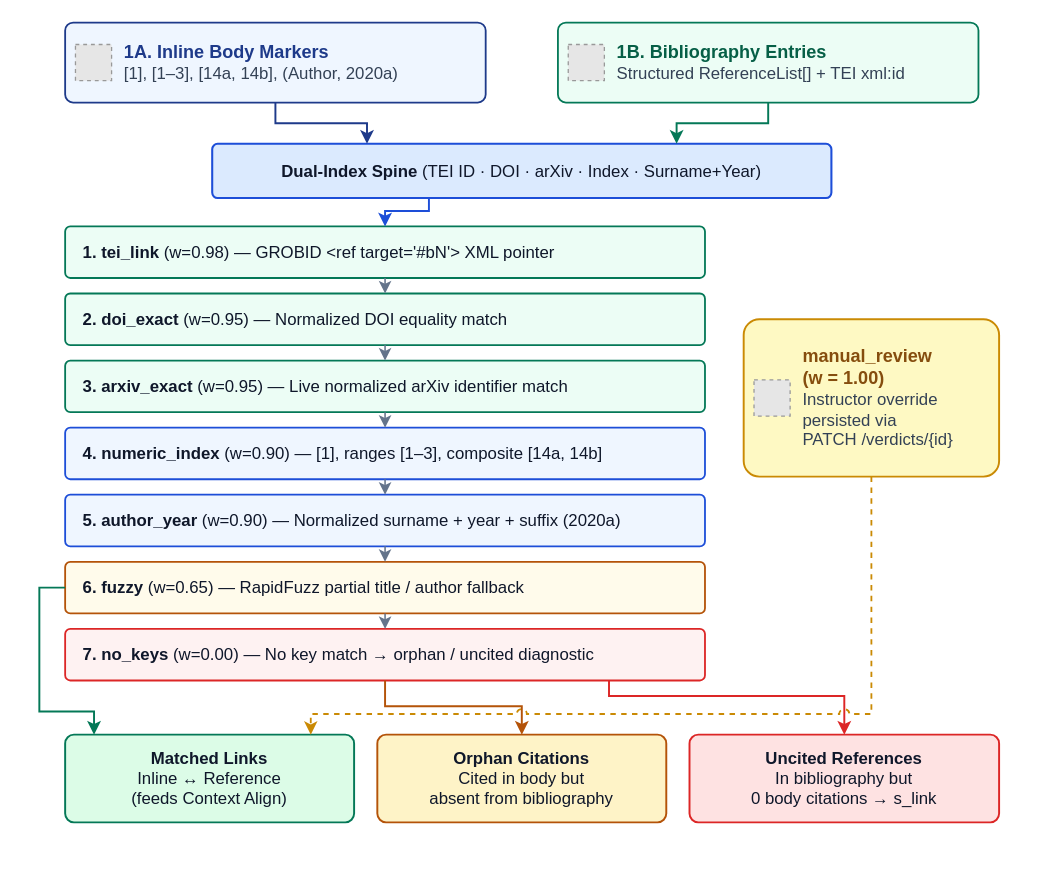
This is page "fig4_3_linking" (8 of 12) of FinalReport_TDTU/picture/figures/drawio/citra_thesis_diagrams.drawio from iannwendy/citra, a draw.io file, before an edit. Source tidied: cells renumbered, new cells numbered last; positions are measured from the earlier drawing's top-left corner, leaving out a move shared by most shapes. Both pictures are drawn from the tidied source at 129%, with x=0, y=0 at pixel (39, 22). Pictures stored in the file or linked from it are replaced by grey dashed boxes.
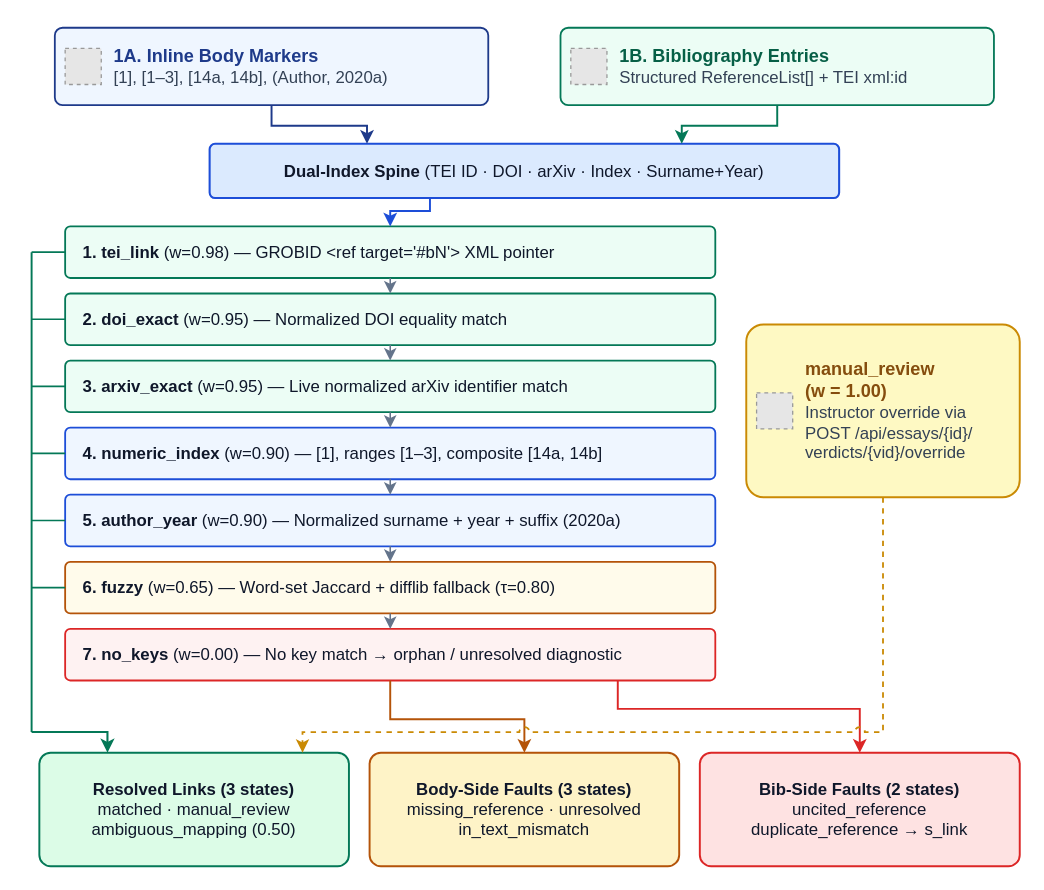
The same diagram, later.

Diff of the diagram source:
```diff
@@
     <mxCell id="2" value="&lt;b&gt;&lt;font color='#1E3A8A' style='font-size:14px'&gt;1A. Inline Body Markers&lt;/font&gt;&lt;/b&gt;&lt;br/&gt;&lt;font color='#334155' style='font-size:13px'&gt;[1], [1–3], [14a, 14b], (Author, 2020a)&lt;/font&gt;" style="rounded=1;arcSize=10;whiteSpace=wrap;html=1;fillColor=#EFF6FF;strokeColor=#1E3A8A;strokeWidth=1.4;dashed=0;fontFamily=Helvetica;fontSize=13;fontColor=#0F172A;fontStyle=0;align=left;verticalAlign=middle;spacing=4;spacingLeft=42;spacingRight=6;" parent="1" vertex="1">
-      <mxGeometry x="20" width="326" height="62" as="geometry" />
+      <mxGeometry x="12" y="4" width="336" height="60" as="geometry" />
     </mxCell>
     <mxCell id="3" style="fillColor=#E6E6E6;strokeColor=#999999;dashed=1;verticalLabelPosition=bottom;labelBackgroundColor=none;verticalAlign=top;" parent="1" vertex="1">
-      <mxGeometry x="28" y="17" width="28" height="28" as="geometry" />
+      <mxGeometry x="20" y="20" width="28" height="28" as="geometry" />
     </mxCell>
     <mxCell id="4" value="&lt;b&gt;&lt;font color='#065F46' style='font-size:14px'&gt;1B. Bibliography Entries&lt;/font&gt;&lt;/b&gt;&lt;br/&gt;&lt;font color='#334155' style='font-size:13px'&gt;Structured ReferenceList[] + TEI xml:id&lt;/font&gt;" style="rounded=1;arcSize=10;whiteSpace=wrap;html=1;fillColor=#ECFDF5;strokeColor=#047857;strokeWidth=1.4;dashed=0;fontFamily=Helvetica;fontSize=13;fontColor=#0F172A;fontStyle=0;align=left;verticalAlign=middle;spacing=4;spacingLeft=42;spacingRight=6;" parent="1" vertex="1">
-      <mxGeometry x="402" width="326" height="62" as="geometry" />
+      <mxGeometry x="404" y="4" width="336" height="60" as="geometry" />
     </mxCell>
     <mxCell id="5" style="fillColor=#E6E6E6;strokeColor=#999999;dashed=1;verticalLabelPosition=bottom;labelBackgroundColor=none;verticalAlign=top;" parent="1" vertex="1">
-      <mxGeometry x="410" y="17" width="28" height="28" as="geometry" />
+      <mxGeometry x="412" y="20" width="28" height="28" as="geometry" />
     </mxCell>
     <mxCell id="6" value="&lt;b&gt;Dual-Index Spine&lt;/b&gt; (TEI ID · DOI · arXiv · Index · Surname+Year)" style="rounded=1;arcSize=10;whiteSpace=wrap;html=1;fillColor=#DBEAFE;strokeColor=#1D4ED8;strokeWidth=1.6;dashed=0;fontFamily=Helvetica;fontSize=13;fontColor=#0F172A;fontStyle=0;align=center;verticalAlign=middle;spacing=4;" parent="1" vertex="1">
-      <mxGeometry x="134" y="94" width="480" height="42" as="geometry" />
+      <mxGeometry x="132" y="94" width="488" height="42" as="geometry" />
     </mxCell>
     <mxCell id="7" style="strokeColor=#1E3A8A;strokeWidth=1.5;dashed=0;endArrow=classic;endFill=1;startArrow=none;startFill=0;fontFamily=Helvetica;fontSize=13;fontColor=#0F172A;fontStyle=0;html=1;rounded=0;edgeStyle=orthogonalEdgeStyle;jumpStyle=arc;jumpSize=7;exitX=0.5;exitY=1;entryX=0.25;entryY=0;" parent="1" edge="1" source="2" target="6">
       <mxGeometry relative="1" as="geometry">
         <Array as="points">
-          <mxPoint x="183" y="78" />
-          <mxPoint x="254" y="78" />
+          <mxPoint x="180" y="80" />
+          <mxPoint x="254" y="80" />
         </Array>
       </mxGeometry>
     </mxCell>
     <mxCell id="8" style="strokeColor=#047857;strokeWidth=1.5;dashed=0;endArrow=classic;endFill=1;startArrow=none;startFill=0;fontFamily=Helvetica;fontSize=13;fontColor=#0F172A;fontStyle=0;html=1;rounded=0;edgeStyle=orthogonalEdgeStyle;jumpStyle=arc;jumpSize=7;exitX=0.5;exitY=1;entryX=0.75;entryY=0;" parent="1" edge="1" source="4" target="6">
       <mxGeometry relative="1" as="geometry">
         <Array as="points">
-          <mxPoint x="565" y="78" />
-          <mxPoint x="494" y="78" />
+          <mxPoint x="572" y="80" />
+          <mxPoint x="498" y="80" />
         </Array>
       </mxGeometry>
     </mxCell>
     <mxCell id="9" value="&lt;b&gt;1. tei_link&lt;/b&gt; (w=0.98)  —  GROBID &amp;lt;ref target='#bN'&amp;gt; XML pointer" style="rounded=1;arcSize=10;whiteSpace=wrap;html=1;fillColor=#ECFDF5;strokeColor=#047857;strokeWidth=1.4;dashed=0;fontFamily=Helvetica;fontSize=13;fontColor=#0F172A;fontStyle=0;align=left;verticalAlign=middle;spacing=4;spacingLeft=10;" parent="1" vertex="1">
-      <mxGeometry x="20" y="158" width="496" height="40" as="geometry" />
+      <mxGeometry x="20" y="158" width="504" height="40" as="geometry" />
     </mxCell>
     <mxCell id="10" style="strokeColor=#1D4ED8;strokeWidth=1.5;dashed=0;endArrow=classic;endFill=1;startArrow=none;startFill=0;fontFamily=Helvetica;fontSize=13;fontColor=#0F172A;fontStyle=0;html=1;rounded=0;edgeStyle=orthogonalEdgeStyle;jumpStyle=arc;jumpSize=7;exitX=0.35;exitY=1;entryX=0.5;entryY=0;" parent="1" edge="1" source="6" target="9">
       <mxGeometry relative="1" as="geometry">
         <Array as="points">
-          <mxPoint x="302" y="146" />
-          <mxPoint x="268" y="146" />
+          <mxPoint x="303" y="146" />
+          <mxPoint x="272" y="146" />
         </Array>
       </mxGeometry>
     </mxCell>
     <mxCell id="11" value="&lt;b&gt;2. doi_exact&lt;/b&gt; (w=0.95)  —  Normalized DOI equality match" style="rounded=1;arcSize=10;whiteSpace=wrap;html=1;fillColor=#ECFDF5;strokeColor=#047857;strokeWidth=1.4;dashed=0;fontFamily=Helvetica;fontSize=13;fontColor=#0F172A;fontStyle=0;align=left;verticalAlign=middle;spacing=4;spacingLeft=10;" parent="1" vertex="1">
-      <mxGeometry x="20" y="210" width="496" height="40" as="geometry" />
+      <mxGeometry x="20" y="210" width="504" height="40" as="geometry" />
     </mxCell>
@@
     <mxCell id="13" value="&lt;b&gt;3. arxiv_exact&lt;/b&gt; (w=0.95)  —  Live normalized arXiv identifier match" style="rounded=1;arcSize=10;whiteSpace=wrap;html=1;fillColor=#ECFDF5;strokeColor=#047857;strokeWidth=1.4;dashed=0;fontFamily=Helvetica;fontSize=13;fontColor=#0F172A;fontStyle=0;align=left;verticalAlign=middle;spacing=4;spacingLeft=10;" parent="1" vertex="1">
-      <mxGeometry x="20" y="262" width="496" height="40" as="geometry" />
+      <mxGeometry x="20" y="262" width="504" height="40" as="geometry" />
     </mxCell>
@@
     <mxCell id="15" value="&lt;b&gt;4. numeric_index&lt;/b&gt; (w=0.90)  —  [1], ranges [1–3], composite [14a, 14b]" style="rounded=1;arcSize=10;whiteSpace=wrap;html=1;fillColor=#EFF6FF;strokeColor=#1D4ED8;strokeWidth=1.4;dashed=0;fontFamily=Helvetica;fontSize=13;fontColor=#0F172A;fontStyle=0;align=left;verticalAlign=middle;spacing=4;spacingLeft=10;" parent="1" vertex="1">
-      <mxGeometry x="20" y="314" width="496" height="40" as="geometry" />
+      <mxGeometry x="20" y="314" width="504" height="40" as="geometry" />
     </mxCell>
@@
     <mxCell id="17" value="&lt;b&gt;5. author_year&lt;/b&gt; (w=0.90)  —  Normalized surname + year + suffix (2020a)" style="rounded=1;arcSize=10;whiteSpace=wrap;html=1;fillColor=#EFF6FF;strokeColor=#1D4ED8;strokeWidth=1.4;dashed=0;fontFamily=Helvetica;fontSize=13;fontColor=#0F172A;fontStyle=0;align=left;verticalAlign=middle;spacing=4;spacingLeft=10;" parent="1" vertex="1">
-      <mxGeometry x="20" y="366" width="496" height="40" as="geometry" />
+      <mxGeometry x="20" y="366" width="504" height="40" as="geometry" />
     </mxCell>
@@
-    <mxCell id="19" value="&lt;b&gt;6. fuzzy&lt;/b&gt; (w=0.65)  —  RapidFuzz partial title / author fallback" style="rounded=1;arcSize=10;whiteSpace=wrap;html=1;fillColor=#FFFBEB;strokeColor=#B45309;strokeWidth=1.4;dashed=0;fontFamily=Helvetica;fontSize=13;fontColor=#0F172A;fontStyle=0;align=left;verticalAlign=middle;spacing=4;spacingLeft=10;" parent="1" vertex="1">
-      <mxGeometry x="20" y="418" width="496" height="40" as="geometry" />
+    <mxCell id="19" value="&lt;b&gt;6. fuzzy&lt;/b&gt; (w=0.65)  —  Word-set Jaccard + difflib fallback (τ=0.80)" style="rounded=1;arcSize=10;whiteSpace=wrap;html=1;fillColor=#FFFBEB;strokeColor=#B45309;strokeWidth=1.4;dashed=0;fontFamily=Helvetica;fontSize=13;fontColor=#0F172A;fontStyle=0;align=left;verticalAlign=middle;spacing=4;spacingLeft=10;" parent="1" vertex="1">
+      <mxGeometry x="20" y="418" width="504" height="40" as="geometry" />
     </mxCell>
@@
-    <mxCell id="21" value="&lt;b&gt;7. no_keys&lt;/b&gt; (w=0.00)  —  No key match → orphan / uncited diagnostic" style="rounded=1;arcSize=10;whiteSpace=wrap;html=1;fillColor=#FEF2F2;strokeColor=#DC2626;strokeWidth=1.4;dashed=0;fontFamily=Helvetica;fontSize=13;fontColor=#0F172A;fontStyle=0;align=left;verticalAlign=middle;spacing=4;spacingLeft=10;" parent="1" vertex="1">
-      <mxGeometry x="20" y="470" width="496" height="40" as="geometry" />
+    <mxCell id="21" value="&lt;b&gt;7. no_keys&lt;/b&gt; (w=0.00)  —  No key match → orphan / unresolved diagnostic" style="rounded=1;arcSize=10;whiteSpace=wrap;html=1;fillColor=#FEF2F2;strokeColor=#DC2626;strokeWidth=1.4;dashed=0;fontFamily=Helvetica;fontSize=13;fontColor=#0F172A;fontStyle=0;align=left;verticalAlign=middle;spacing=4;spacingLeft=10;" parent="1" vertex="1">
+      <mxGeometry x="20" y="470" width="504" height="40" as="geometry" />
     </mxCell>
@@
-    <mxCell id="23" value="&lt;b&gt;&lt;font color='#854D0E' style='font-size:14px'&gt;manual_review&#10;(w = 1.00)&lt;/font&gt;&lt;/b&gt;&lt;br/&gt;&lt;font color='#334155' style='font-size:13px'&gt;Instructor override&lt;br/&gt;persisted via&lt;br/&gt;PATCH /verdicts/{id}&lt;/font&gt;" style="rounded=1;arcSize=10;whiteSpace=wrap;html=1;fillColor=#FEF9C3;strokeColor=#CA8A04;strokeWidth=1.5;dashed=0;fontFamily=Helvetica;fontSize=13;fontColor=#0F172A;fontStyle=0;align=left;verticalAlign=middle;spacing=4;spacingLeft=42;spacingRight=6;" parent="1" vertex="1">
-      <mxGeometry x="546" y="230" width="198" height="122" as="geometry" />
-    </mxCell>
-    <mxCell id="24" style="fillColor=#E6E6E6;strokeColor=#999999;dashed=1;verticalLabelPosition=bottom;labelBackgroundColor=none;verticalAlign=top;" parent="1" vertex="1">
-      <mxGeometry x="554" y="277" width="28" height="28" as="geometry" />
-    </mxCell>
-    <mxCell id="25" value="&lt;b&gt;Matched Links&lt;/b&gt;&lt;br/&gt;Inline ↔ Reference&lt;br/&gt;(feeds Context Align)" style="rounded=1;arcSize=10;whiteSpace=wrap;html=1;fillColor=#DCFCE7;strokeColor=#047857;strokeWidth=1.5;dashed=0;fontFamily=Helvetica;fontSize=13;fontColor=#0F172A;fontStyle=0;align=center;verticalAlign=middle;spacing=4;" parent="1" vertex="1">
-      <mxGeometry x="20" y="552" width="224" height="68" as="geometry" />
-    </mxCell>
-    <mxCell id="26" value="&lt;b&gt;Orphan Citations&lt;/b&gt;&lt;br/&gt;Cited in body but&lt;br/&gt;absent from bibliography" style="rounded=1;arcSize=10;whiteSpace=wrap;html=1;fillColor=#FEF3C7;strokeColor=#B45309;strokeWidth=1.5;dashed=0;fontFamily=Helvetica;fontSize=13;fontColor=#0F172A;fontStyle=0;align=center;verticalAlign=middle;spacing=4;" parent="1" vertex="1">
-      <mxGeometry x="262" y="552" width="224" height="68" as="geometry" />
-    </mxCell>
-    <mxCell id="27" value="&lt;b&gt;Uncited References&lt;/b&gt;&lt;br/&gt;In bibliography but&lt;br/&gt;0 body citations → s_link" style="rounded=1;arcSize=10;whiteSpace=wrap;html=1;fillColor=#FEE2E2;strokeColor=#DC2626;strokeWidth=1.5;dashed=0;fontFamily=Helvetica;fontSize=13;fontColor=#0F172A;fontStyle=0;align=center;verticalAlign=middle;spacing=4;" parent="1" vertex="1">
-      <mxGeometry x="504" y="552" width="240" height="68" as="geometry" />
-    </mxCell>
+    <mxCell id="32" style="strokeColor=#047857;strokeWidth=1.3;dashed=0;endArrow=none;endFill=1;startArrow=none;startFill=0;fontFamily=Helvetica;fontSize=13;fontColor=#0F172A;fontStyle=0;html=1;rounded=0;exitPerimeter=0;entryPerimeter=0;" parent="1" edge="1">
+      <mxGeometry relative="1" as="geometry">
+        <mxPoint x="20" y="178" as="sourcePoint" />
+        <mxPoint x="-6" y="178" as="targetPoint" />
+      </mxGeometry>
+    </mxCell>
+    <mxCell id="33" style="strokeColor=#047857;strokeWidth=1.3;dashed=0;endArrow=none;endFill=1;startArrow=none;startFill=0;fontFamily=Helvetica;fontSize=13;fontColor=#0F172A;fontStyle=0;html=1;rounded=0;exitPerimeter=0;entryPerimeter=0;" parent="1" edge="1">
+      <mxGeometry relative="1" as="geometry">
+        <mxPoint x="20" y="230" as="sourcePoint" />
+        <mxPoint x="-6" y="230" as="targetPoint" />
+      </mxGeometry>
+    </mxCell>
+    <mxCell id="34" style="strokeColor=#047857;strokeWidth=1.3;dashed=0;endArrow=none;endFill=1;startArrow=none;startFill=0;fontFamily=Helvetica;fontSize=13;fontColor=#0F172A;fontStyle=0;html=1;rounded=0;exitPerimeter=0;entryPerimeter=0;" parent="1" edge="1">
+      <mxGeometry relative="1" as="geometry">
+        <mxPoint x="20" y="282" as="sourcePoint" />
+        <mxPoint x="-6" y="282" as="targetPoint" />
+      </mxGeometry>
+    </mxCell>
+    <mxCell id="35" style="strokeColor=#047857;strokeWidth=1.3;dashed=0;endArrow=none;endFill=1;startArrow=none;startFill=0;fontFamily=Helvetica;fontSize=13;fontColor=#0F172A;fontStyle=0;html=1;rounded=0;exitPerimeter=0;entryPerimeter=0;" parent="1" edge="1">
+      <mxGeometry relative="1" as="geometry">
+        <mxPoint x="20" y="334" as="sourcePoint" />
+        <mxPoint x="-6" y="334" as="targetPoint" />
+      </mxGeometry>
+    </mxCell>
+    <mxCell id="36" style="strokeColor=#047857;strokeWidth=1.3;dashed=0;endArrow=none;endFill=1;startArrow=none;startFill=0;fontFamily=Helvetica;fontSize=13;fontColor=#0F172A;fontStyle=0;html=1;rounded=0;exitPerimeter=0;entryPerimeter=0;" parent="1" edge="1">
+      <mxGeometry relative="1" as="geometry">
+        <mxPoint x="20" y="386" as="sourcePoint" />
+        <mxPoint x="-6" y="386" as="targetPoint" />
+      </mxGeometry>
+    </mxCell>
-    <mxCell id="28" style="strokeColor=#047857;strokeWidth=1.5;dashed=0;endArrow=classic;endFill=1;startArrow=none;startFill=0;fontFamily=Helvetica;fontSize=13;fontColor=#0F172A;fontStyle=0;html=1;rounded=0;edgeStyle=orthogonalEdgeStyle;jumpStyle=arc;jumpSize=7;exitX=0.0;exitY=0.5;entryX=0.1;entryY=0;" parent="1" edge="1" source="19" target="25">
+    <mxCell id="28" style="strokeColor=#047857;strokeWidth=1.3;dashed=0;endArrow=none;endFill=1;startArrow=none;startFill=0;fontFamily=Helvetica;fontSize=13;fontColor=#0F172A;fontStyle=0;html=1;rounded=0;exitPerimeter=0;entryPerimeter=0;" parent="1" edge="1">
       <mxGeometry relative="1" as="geometry">
-        <Array as="points">
-          <mxPoint y="438" />
-          <mxPoint y="534" />
-          <mxPoint x="42" y="534" />
-        </Array>
+        <mxPoint x="20" y="438" as="sourcePoint" />
+        <mxPoint x="-6" y="438" as="targetPoint" />
       </mxGeometry>
     </mxCell>
-    <mxCell id="29" style="strokeColor=#B45309;strokeWidth=1.5;dashed=0;endArrow=classic;endFill=1;startArrow=none;startFill=0;fontFamily=Helvetica;fontSize=13;fontColor=#0F172A;fontStyle=0;html=1;rounded=0;edgeStyle=orthogonalEdgeStyle;jumpStyle=arc;jumpSize=7;exitX=0.5;exitY=1;entryX=0.5;entryY=0;" parent="1" edge="1" source="21" target="26">
+    <mxCell id="29" style="strokeColor=#047857;strokeWidth=1.5;dashed=0;endArrow=none;endFill=1;startArrow=none;startFill=0;fontFamily=Helvetica;fontSize=13;fontColor=#0F172A;fontStyle=0;html=1;rounded=0;exitPerimeter=0;entryPerimeter=0;" parent="1" edge="1">
       <mxGeometry relative="1" as="geometry">
-        <Array as="points">
-          <mxPoint x="268" y="530" />
-          <mxPoint x="374" y="530" />
-        </Array>
+        <mxPoint x="-6" y="178" as="sourcePoint" />
+        <mxPoint x="-6" y="550" as="targetPoint" />
       </mxGeometry>
     </mxCell>
-    <mxCell id="30" style="strokeColor=#DC2626;strokeWidth=1.5;dashed=0;endArrow=classic;endFill=1;startArrow=none;startFill=0;fontFamily=Helvetica;fontSize=13;fontColor=#0F172A;fontStyle=0;html=1;rounded=0;edgeStyle=orthogonalEdgeStyle;jumpStyle=arc;jumpSize=7;exitX=0.85;exitY=1;entryX=0.5;entryY=0;" parent="1" edge="1" source="21" target="27">
-      <mxGeometry relative="1" as="geometry">
-        <Array as="points">
-          <mxPoint x="442" y="522" />
-          <mxPoint x="624" y="522" />
-        </Array>
-      </mxGeometry>
-    </mxCell>
-    <mxCell id="31" style="strokeColor=#CA8A04;strokeWidth=1.4;dashed=1;endArrow=classic;endFill=1;startArrow=none;startFill=0;fontFamily=Helvetica;fontSize=13;fontColor=#0F172A;fontStyle=0;html=1;rounded=0;edgeStyle=orthogonalEdgeStyle;jumpStyle=arc;jumpSize=7;exitX=0.5;exitY=1;entryX=0.85;entryY=0;" parent="1" edge="1" source="23" target="25">
-      <mxGeometry relative="1" as="geometry">
-        <Array as="points">
-          <mxPoint x="645" y="536" />
-          <mxPoint x="210" y="536" />
-        </Array>
-      </mxGeometry>
-    </mxCell>
+    <mxCell id="37" value="&lt;b&gt;&lt;font color='#854D0E' style='font-size:14px'&gt;manual_review&#10;(w = 1.00)&lt;/font&gt;&lt;/b&gt;&lt;br/&gt;&lt;font color='#334155' style='font-size:13px'&gt;Instructor override via&lt;br/&gt;POST /api/essays/{id}/&lt;br/&gt;verdicts/{vid}/override&lt;/font&gt;" style="rounded=1;arcSize=10;whiteSpace=wrap;html=1;fillColor=#FEF9C3;strokeColor=#CA8A04;strokeWidth=1.5;dashed=0;fontFamily=Helvetica;fontSize=13;fontColor=#0F172A;fontStyle=0;align=left;verticalAlign=middle;spacing=4;spacingLeft=42;spacingRight=6;" parent="1" vertex="1">
+      <mxGeometry x="548" y="234" width="212" height="134" as="geometry" />
+    </mxCell>
+    <mxCell id="38" style="fillColor=#E6E6E6;strokeColor=#999999;dashed=1;verticalLabelPosition=bottom;labelBackgroundColor=none;verticalAlign=top;" parent="1" vertex="1">
+      <mxGeometry x="556" y="287" width="28" height="28" as="geometry" />
+    </mxCell>
+    <mxCell id="39" value="&lt;b&gt;Resolved Links (3 states)&lt;/b&gt;&lt;br/&gt;matched · manual_review&lt;br/&gt;ambiguous_mapping (0.50)" style="rounded=1;arcSize=10;whiteSpace=wrap;html=1;fillColor=#DCFCE7;strokeColor=#047857;strokeWidth=1.5;dashed=0;fontFamily=Helvetica;fontSize=13;fontColor=#0F172A;fontStyle=0;align=center;verticalAlign=middle;spacing=4;" parent="1" vertex="1">
+      <mxGeometry y="566" width="240" height="88" as="geometry" />
+    </mxCell>
+    <mxCell id="40" value="&lt;b&gt;Body-Side Faults (3 states)&lt;/b&gt;&lt;br/&gt;missing_reference · unresolved&lt;br/&gt;in_text_mismatch" style="rounded=1;arcSize=10;whiteSpace=wrap;html=1;fillColor=#FEF3C7;strokeColor=#B45309;strokeWidth=1.5;dashed=0;fontFamily=Helvetica;fontSize=13;fontColor=#0F172A;fontStyle=0;align=center;verticalAlign=middle;spacing=4;" parent="1" vertex="1">
+      <mxGeometry x="256" y="566" width="240" height="88" as="geometry" />
+    </mxCell>
+    <mxCell id="41" value="&lt;b&gt;Bib-Side Faults (2 states)&lt;/b&gt;&lt;br/&gt;uncited_reference&lt;br/&gt;duplicate_reference → s_link" style="rounded=1;arcSize=10;whiteSpace=wrap;html=1;fillColor=#FEE2E2;strokeColor=#DC2626;strokeWidth=1.5;dashed=0;fontFamily=Helvetica;fontSize=13;fontColor=#0F172A;fontStyle=0;align=center;verticalAlign=middle;spacing=4;" parent="1" vertex="1">
+      <mxGeometry x="512" y="566" width="248" height="88" as="geometry" />
+    </mxCell>
+    <mxCell id="42" style="strokeColor=#047857;strokeWidth=1.6;dashed=0;endArrow=classic;endFill=1;startArrow=none;startFill=0;fontFamily=Helvetica;fontSize=13;fontColor=#0F172A;fontStyle=0;html=1;rounded=0;edgeStyle=orthogonalEdgeStyle;jumpStyle=arc;jumpSize=7;entryX=0.22;entryY=0;" parent="1" edge="1" target="39">
+      <mxGeometry relative="1" as="geometry">
+        <mxPoint x="-6" y="550" as="sourcePoint" />
+        <Array as="points">
+          <mxPoint x="53" y="550" />
+        </Array>
+      </mxGeometry>
+    </mxCell>
+    <mxCell id="43" style="strokeColor=#B45309;strokeWidth=1.5;dashed=0;endArrow=classic;endFill=1;startArrow=none;startFill=0;fontFamily=Helvetica;fontSize=13;fontColor=#0F172A;fontStyle=0;html=1;rounded=0;edgeStyle=orthogonalEdgeStyle;jumpStyle=arc;jumpSize=7;exitX=0.5;exitY=1;entryX=0.5;entryY=0;" parent="1" edge="1" source="21" target="40">
+      <mxGeometry relative="1" as="geometry">
+        <Array as="points">
+          <mxPoint x="272" y="540" />
+          <mxPoint x="376" y="540" />
+        </Array>
+      </mxGeometry>
+    </mxCell>
+    <mxCell id="44" style="strokeColor=#DC2626;strokeWidth=1.5;dashed=0;endArrow=classic;endFill=1;startArrow=none;startFill=0;fontFamily=Helvetica;fontSize=13;fontColor=#0F172A;fontStyle=0;html=1;rounded=0;edgeStyle=orthogonalEdgeStyle;jumpStyle=arc;jumpSize=7;exitX=0.85;exitY=1;entryX=0.5;entryY=0;" parent="1" edge="1" source="21" target="41">
+      <mxGeometry relative="1" as="geometry">
+        <Array as="points">
+          <mxPoint x="448" y="532" />
+          <mxPoint x="636" y="532" />
+        </Array>
+      </mxGeometry>
+    </mxCell>
+    <mxCell id="45" style="strokeColor=#CA8A04;strokeWidth=1.4;dashed=1;endArrow=classic;endFill=1;startArrow=none;startFill=0;fontFamily=Helvetica;fontSize=13;fontColor=#0F172A;fontStyle=0;html=1;rounded=0;edgeStyle=orthogonalEdgeStyle;jumpStyle=arc;jumpSize=7;exitX=0.5;exitY=1;entryX=0.85;entryY=0;" parent="1" edge="1" source="37" target="39">
+      <mxGeometry relative="1" as="geometry">
+        <Array as="points">
+          <mxPoint x="654" y="550" />
+          <mxPoint x="204" y="550" />
+        </Array>
+      </mxGeometry>
+    </mxCell>
```
